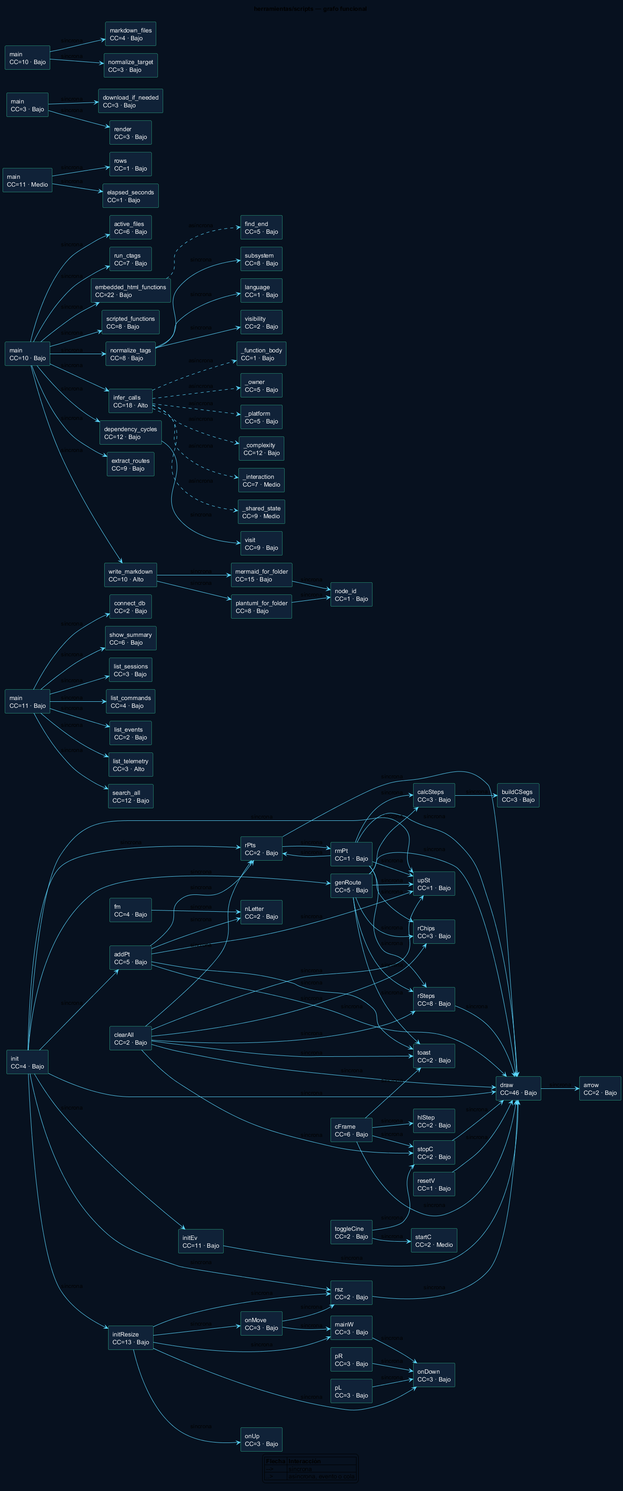
Above: docs_markdowns/uml/exportados/herramientas_scripts.png in RubenAndresGome/carroTest3-For-Esp32-s3-wroom (PlantUML), before the change.
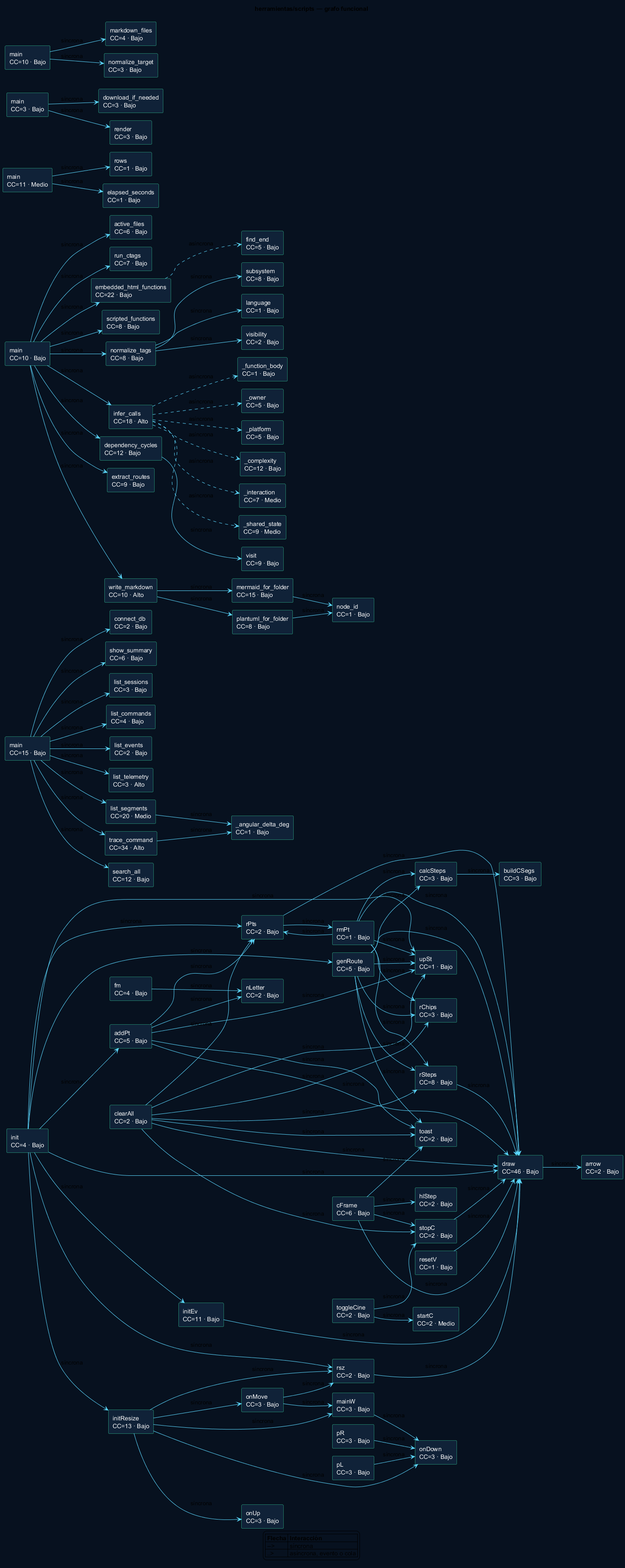
After the commit.

What changed in the source:
```diff
@@ -39,14 +39,17 @@
 component "initEv\nCC=11 · Bajo" as naa0319038c
 component "rsz\nCC=2 · Bajo" as n756c4c6df7
 component "init\nCC=4 · Bajo" as n4df1dd2897
-component "connect_db\nCC=2 · Bajo" as n49043c79a3
-component "show_summary\nCC=6 · Bajo" as n5e0a00e68d
-component "list_sessions\nCC=3 · Bajo" as nbf82b6eba0
-component "list_commands\nCC=4 · Bajo" as n9c7418a419
-component "list_events\nCC=2 · Bajo" as n2434d50d95
-component "list_telemetry\nCC=3 · Alto" as n34bb24da56
-component "search_all\nCC=12 · Bajo" as nce7e9f10a5
-component "main\nCC=11 · Bajo" as n48e4577564
+component "connect_db\nCC=2 · Bajo" as n6460493b44
+component "show_summary\nCC=6 · Bajo" as n04c91c6a18
+component "list_sessions\nCC=3 · Bajo" as nfacd9846a2
+component "list_commands\nCC=4 · Bajo" as n9650665764
+component "list_events\nCC=2 · Bajo" as na9ad2a9d1f
+component "list_telemetry\nCC=3 · Alto" as n16f6e17546
+component "_angular_delta_deg\nCC=1 · Bajo" as n787493f06e
+component "list_segments\nCC=20 · Medio" as na9f06bcaa7
+component "trace_command\nCC=34 · Alto" as n38674aab32
+component "search_all\nCC=12 · Bajo" as n09f1b821fc
+component "main\nCC=15 · Bajo" as n20efb6c71f
 component "active_files\nCC=6 · Bajo" as nafd356db32
 component "subsystem\nCC=8 · Bajo" as nbe76a713c4
 component "language\nCC=1 · Bajo" as n7c3b78fe6d
@@ -138,13 +141,17 @@
 n4df1dd2897 --> n198e0e1e49 : síncrona
 n4df1dd2897 --> n756c4c6df7 : síncrona
 n4df1dd2897 --> nc0f3636e27 : síncrona
-n48e4577564 --> n49043c79a3 : síncrona
-n48e4577564 --> n9c7418a419 : síncrona
-n48e4577564 --> n2434d50d95 : síncrona
-n48e4577564 --> nbf82b6eba0 : síncrona
-n48e4577564 --> n34bb24da56 : síncrona
-n48e4577564 --> nce7e9f10a5 : síncrona
-n48e4577564 --> n5e0a00e68d : síncrona
+na9f06bcaa7 --> n787493f06e : síncrona
+n38674aab32 --> n787493f06e : síncrona
+n20efb6c71f --> n6460493b44 : síncrona
+n20efb6c71f --> n9650665764 : síncrona
+n20efb6c71f --> na9ad2a9d1f : síncrona
+n20efb6c71f --> na9f06bcaa7 : síncrona
+n20efb6c71f --> nfacd9846a2 : síncrona
+n20efb6c71f --> n16f6e17546 : síncrona
+n20efb6c71f --> n09f1b821fc : síncrona
+n20efb6c71f --> n04c91c6a18 : síncrona
+n20efb6c71f --> n38674aab32 : síncrona
 n8581868fe2 ..> n6c940fadb8 : asíncrona
 nf0f6e15fe6 --> n7c3b78fe6d : síncrona
 nf0f6e15fe6 --> nbe76a713c4 : síncrona
```
